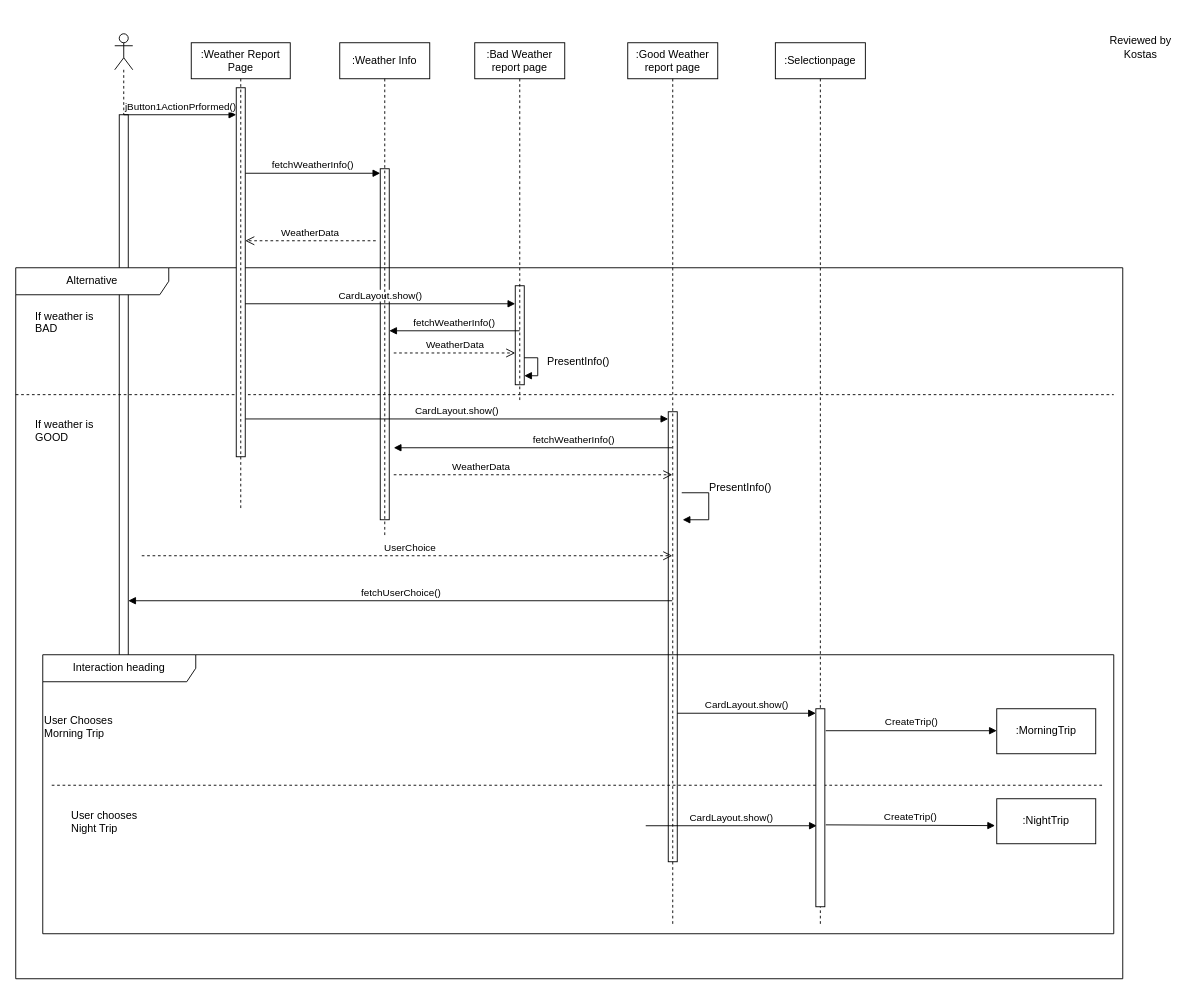
Before: page "Page-1" (1 of 2) of Delivarable3/SequenceDiagram/CheckWeatherSeq.drawio in TMCEID/SoftEngFishApp, a draw.io diagram. Source tidied: cells renumbered, new cells numbered last; positions are measured from the earlier drawing's top-left corner, leaving out a move shared by most shapes. Both pictures are drawn from the tidied source at 90%, with x=0, y=0 at pixel (15, 15).
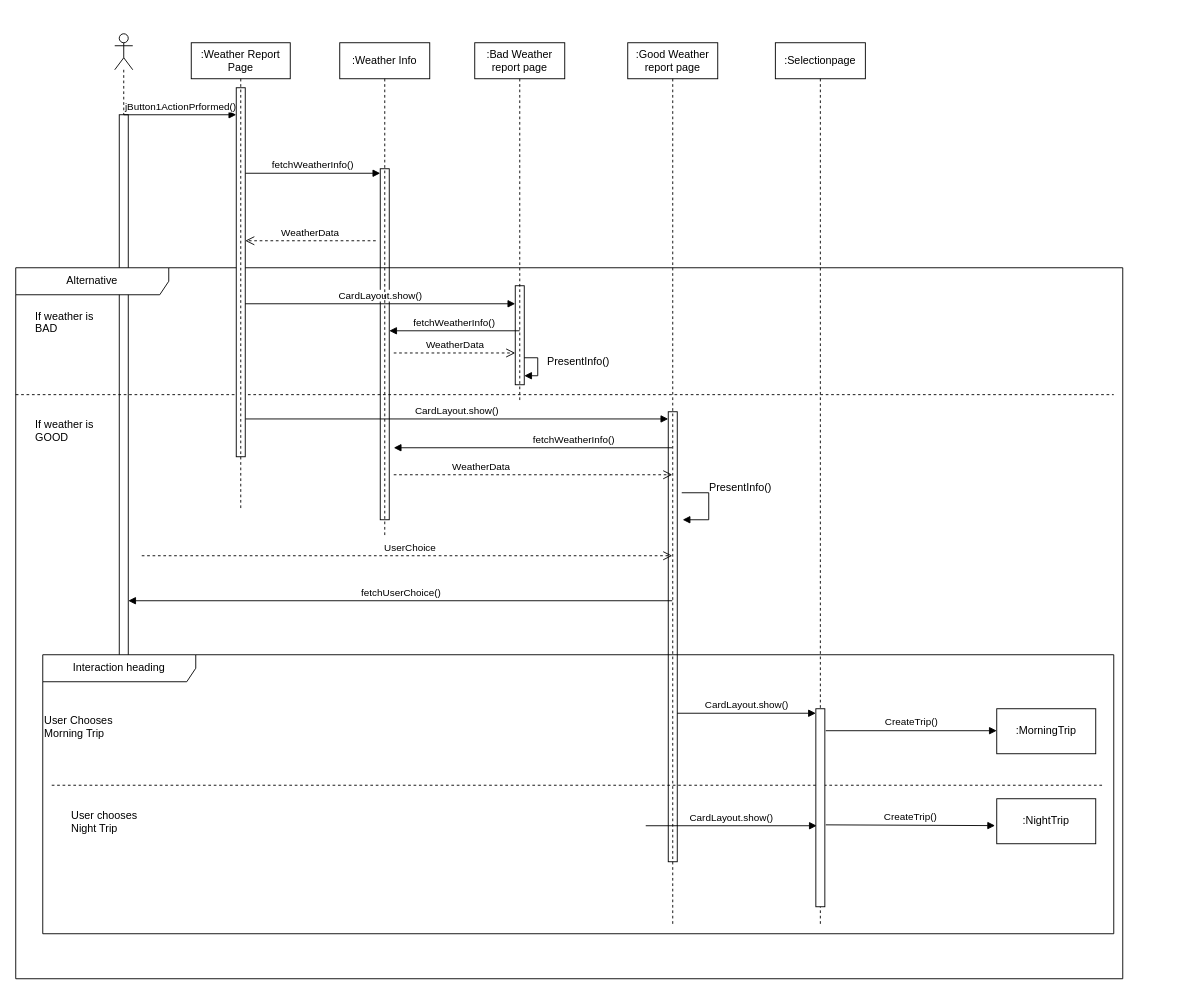
Above is the later version.

Diff of the diagram source:
```diff
@@
-    <mxCell id="35" value="Reviewed by Kostas" style="text;html=1;align=center;verticalAlign=middle;whiteSpace=wrap;rounded=0;" parent="1" vertex="1">
-      <mxGeometry x="1200" width="100" height="70" as="geometry" />
-    </mxCell>
```
